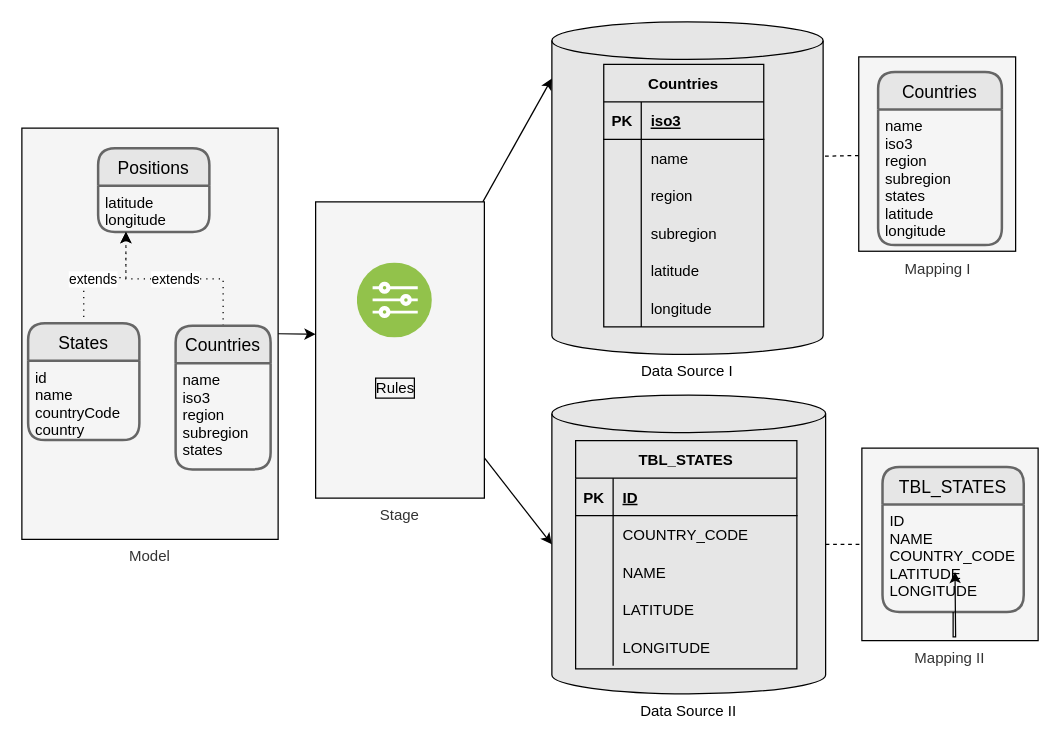
The draw.io diagram design/schema5.drawio in lambda-orm/lambdaorm, before the edit. Source tidied: cells renumbered, new cells numbered last; positions are measured from the earlier drawing's top-left corner, leaving out a move shared by most shapes. Both pictures are drawn from the tidied source at 125%, with x=0, y=0 at pixel (21, 21).
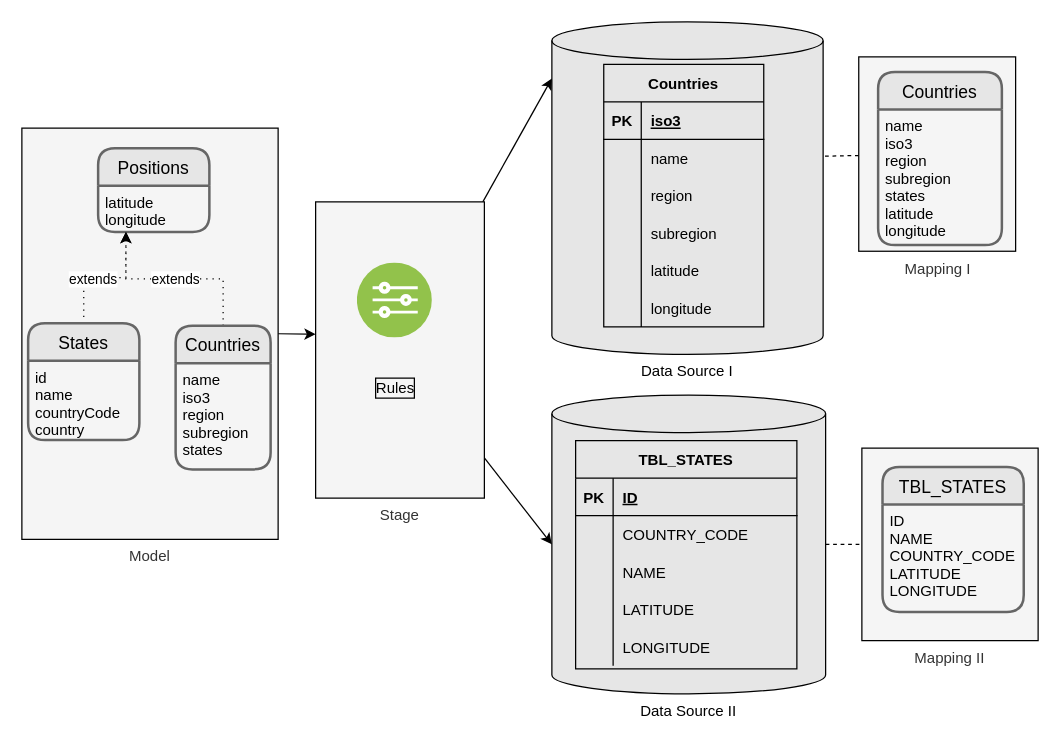
The same diagram, later.

Unchanged cells that the change refers to:
```xml
<mxCell id="52" value="ID&#10;NAME&#10;COUNTRY_CODE&#10;LATITUDE&#10;LONGITUDE" style="align=left;strokeColor=none;fillColor=none;spacingLeft=4;fontSize=12;verticalAlign=top;fontColor=#000000;" parent="51" vertex="1">
  <mxGeometry y="30" width="113" height="86" as="geometry" />
</mxCell>
```

Diff of the diagram source:
```diff
@@
-    <mxCell id="53" style="edgeStyle=orthogonalEdgeStyle;rounded=0;jettySize=auto;html=1;" parent="1" edge="1" source="52">
-      <mxGeometry relative="1" as="geometry">
-        <mxPoint x="746.5" y="440" as="targetPoint" />
-      </mxGeometry>
-    </mxCell>
```
